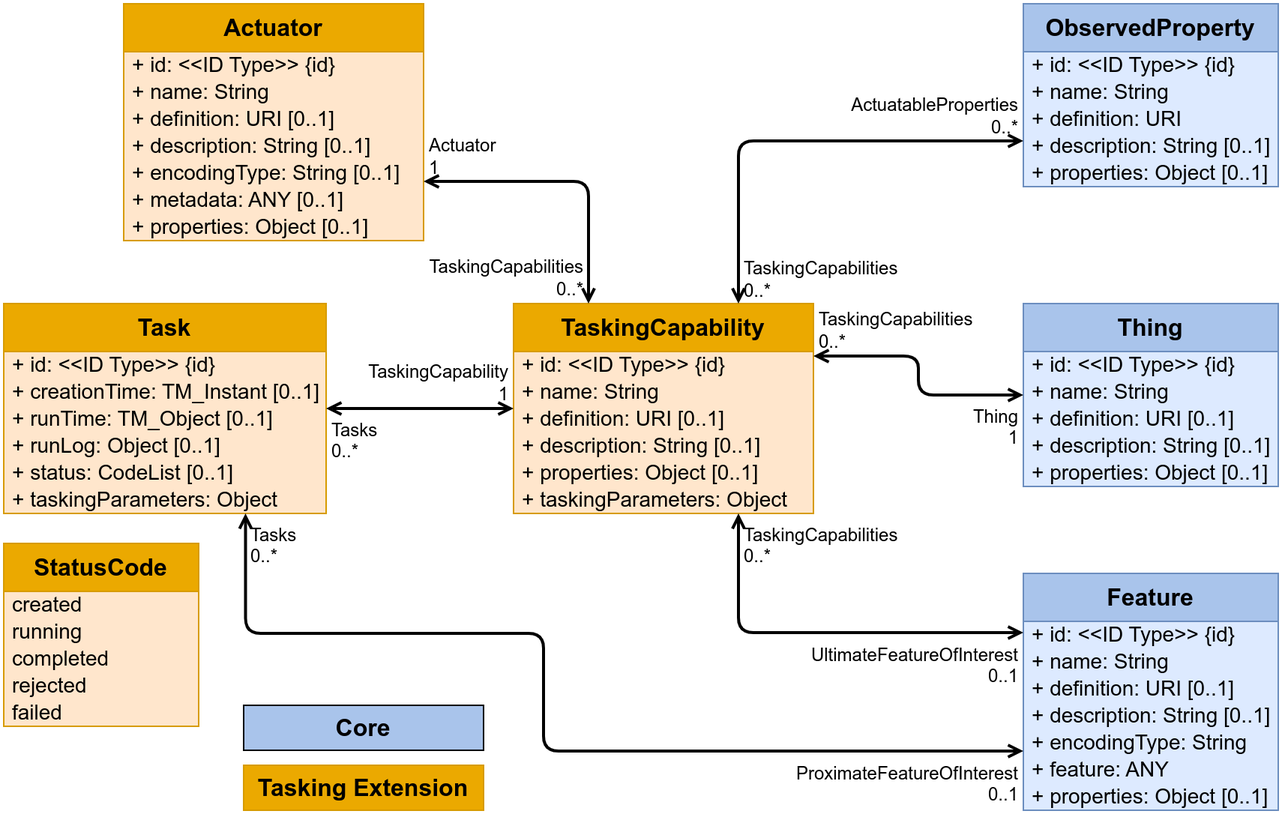
Earlier version of the draw.io export figures/Datamodel-SensorThingsApi-V2-Tasking.drawio.png (opengeospatial/sensorthings). Source tidied: cells renumbered, new cells last; positions are measured from the earlier drawing's top-left corner, leaving out a move shared by most shapes.
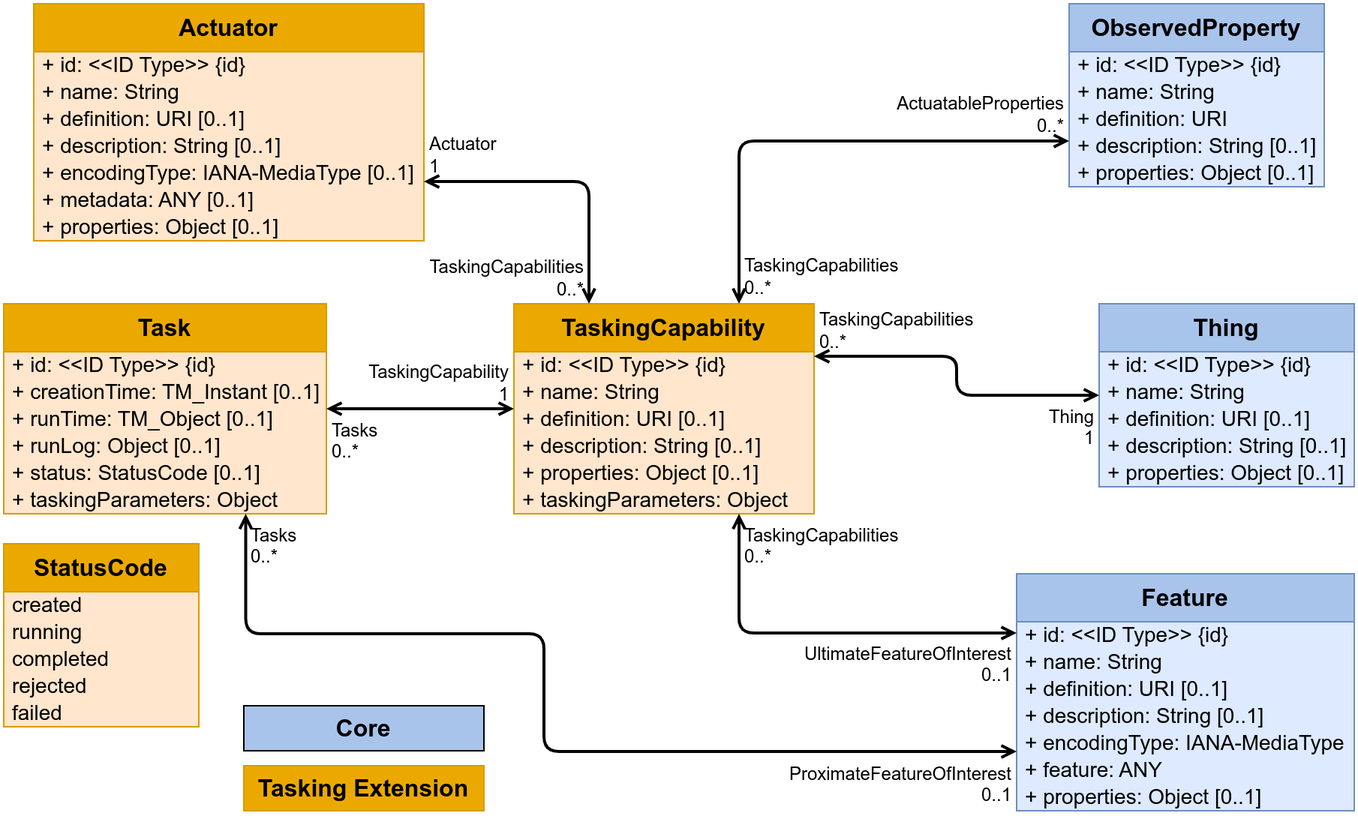
The same diagram one commit later.

What changed in the source:
```diff
@@ -3,31 +3,31 @@
     <mxCell id="0" />
     <mxCell id="1" parent="0" />
     <mxCell id="2" value="Feature" style="swimlane;fontStyle=1;horizontal=1;startSize=32;fontSize=16;whiteSpace=wrap;html=1;fillColor=#A9C4EB;strokeColor=#6c8ebf;swimlaneFillColor=#DDEAFF;verticalAlign=top;" parent="1" vertex="1">
-      <mxGeometry x="680" y="380" width="170" height="158" as="geometry" />
+      <mxGeometry x="675" y="380" width="225" height="158" as="geometry" />
     </mxCell>
     <mxCell id="3" value="+ id: &amp;lt;&amp;lt;ID Type&amp;gt;&amp;gt;&amp;nbsp;{id}" style="text;strokeColor=none;fillColor=none;align=left;verticalAlign=middle;spacingLeft=4;spacingRight=4;overflow=visible;html=1;fontSize=14;" parent="2" vertex="1">
-      <mxGeometry y="32" width="170" height="18" as="geometry" />
+      <mxGeometry y="32" width="225" height="18" as="geometry" />
     </mxCell>
     <mxCell id="4" value="+ name: String" style="text;strokeColor=none;fillColor=none;align=left;verticalAlign=middle;spacingLeft=4;spacingRight=4;overflow=visible;html=1;fontSize=14;" parent="2" vertex="1">
-      <mxGeometry y="50" width="170" height="18" as="geometry" />
+      <mxGeometry y="50" width="225" height="18" as="geometry" />
     </mxCell>
     <mxCell id="5" value="+ definition: URI&amp;nbsp;[0..1]" style="text;strokeColor=none;fillColor=none;align=left;verticalAlign=middle;spacingLeft=4;spacingRight=4;overflow=visible;html=1;fontSize=14;" parent="2" vertex="1">
-      <mxGeometry y="68" width="170" height="18" as="geometry" />
+      <mxGeometry y="68" width="225" height="18" as="geometry" />
     </mxCell>
     <mxCell id="6" value="+ description: String&amp;nbsp;[0..1]" style="text;strokeColor=none;fillColor=none;align=left;verticalAlign=middle;spacingLeft=4;spacingRight=4;overflow=visible;html=1;fontSize=14;" parent="2" vertex="1">
-      <mxGeometry y="86" width="170" height="18" as="geometry" />
+      <mxGeometry y="86" width="225" height="18" as="geometry" />
     </mxCell>
-    <mxCell id="7" value="+ encodingType: String" style="text;strokeColor=none;fillColor=none;align=left;verticalAlign=middle;spacingLeft=4;spacingRight=4;overflow=visible;html=1;fontSize=14;" parent="2" vertex="1">
-      <mxGeometry y="104" width="170" height="18" as="geometry" />
+    <mxCell id="7" value="+ encodingType:&amp;nbsp;IANA-MediaType" style="text;strokeColor=none;fillColor=none;align=left;verticalAlign=middle;spacingLeft=4;spacingRight=4;overflow=visible;html=1;fontSize=14;" parent="2" vertex="1">
+      <mxGeometry y="104" width="225" height="18" as="geometry" />
     </mxCell>
     <mxCell id="8" value="+ feature: ANY" style="text;strokeColor=none;fillColor=none;align=left;verticalAlign=middle;spacingLeft=4;spacingRight=4;overflow=visible;html=1;fontSize=14;" parent="2" vertex="1">
-      <mxGeometry y="122" width="170" height="18" as="geometry" />
+      <mxGeometry y="122" width="225" height="18" as="geometry" />
     </mxCell>
     <mxCell id="9" value="+ properties: Object&amp;nbsp;[0..1]" style="text;strokeColor=none;fillColor=none;align=left;verticalAlign=middle;spacingLeft=4;spacingRight=4;overflow=visible;html=1;fontSize=14;" parent="2" vertex="1">
-      <mxGeometry y="140" width="170" height="18" as="geometry" />
+      <mxGeometry y="140" width="225" height="18" as="geometry" />
     </mxCell>
     <mxCell id="10" value="ObservedProperty" style="swimlane;fontStyle=1;horizontal=1;startSize=32;fontSize=16;whiteSpace=wrap;html=1;fillColor=#A9C4EB;strokeColor=#6c8ebf;swimlaneFillColor=#DDEAFF;verticalAlign=top;" parent="1" vertex="1">
-      <mxGeometry x="680" width="170" height="122" as="geometry" />
+      <mxGeometry x="710" width="170" height="122" as="geometry" />
     </mxCell>
     <mxCell id="11" value="+ id: &amp;lt;&amp;lt;ID Type&amp;gt;&amp;gt;&amp;nbsp;{id}" style="text;strokeColor=none;fillColor=none;align=left;verticalAlign=middle;spacingLeft=4;spacingRight=4;overflow=visible;html=1;fontSize=14;" parent="10" vertex="1">
       <mxGeometry y="32" width="170" height="18" as="geometry" />
@@ -45,7 +45,7 @@
       <mxGeometry y="104" width="170" height="18" as="geometry" />
     </mxCell>
     <mxCell id="16" value="Thing" style="swimlane;fontStyle=1;horizontal=1;startSize=32;fontSize=16;whiteSpace=wrap;html=1;fillColor=#A9C4EB;strokeColor=#6c8ebf;swimlaneFillColor=#DDEAFF;verticalAlign=top;" parent="1" vertex="1">
-      <mxGeometry x="680" y="200" width="170" height="122" as="geometry" />
+      <mxGeometry x="730" y="200" width="170" height="122" as="geometry" />
     </mxCell>
     <mxCell id="17" value="+ id: &amp;lt;&amp;lt;ID Type&amp;gt;&amp;gt;&amp;nbsp;{id}" style="text;strokeColor=none;fillColor=none;align=left;verticalAlign=middle;spacingLeft=4;spacingRight=4;overflow=visible;html=1;fontSize=14;" parent="16" vertex="1">
       <mxGeometry y="32" width="170" height="18" as="geometry" />
@@ -66,28 +66,28 @@
       <mxGeometry x="160" y="468" width="160" height="30" as="geometry" />
     </mxCell>
     <mxCell id="23" value="Actuator" style="swimlane;fontStyle=1;horizontal=1;startSize=32;fontSize=16;whiteSpace=wrap;html=1;fillColor=#EBA900;strokeColor=#d79b00;swimlaneFillColor=#FFE6CC;" parent="1" vertex="1">
-      <mxGeometry x="80" width="200" height="158" as="geometry" />
+      <mxGeometry x="20" width="260" height="158" as="geometry" />
     </mxCell>
     <mxCell id="24" value="+ id: &amp;lt;&amp;lt;ID Type&amp;gt;&amp;gt; {id}" style="text;strokeColor=none;fillColor=none;align=left;verticalAlign=middle;spacingLeft=4;spacingRight=4;overflow=visible;html=1;fontSize=14;" parent="23" vertex="1">
-      <mxGeometry y="32" width="200" height="18" as="geometry" />
+      <mxGeometry y="32" width="260" height="18" as="geometry" />
     </mxCell>
     <mxCell id="25" value="+ name: String" style="text;strokeColor=none;fillColor=none;align=left;verticalAlign=middle;spacingLeft=4;spacingRight=4;overflow=visible;html=1;fontSize=14;" parent="23" vertex="1">
-      <mxGeometry y="50" width="200" height="18" as="geometry" />
+      <mxGeometry y="50" width="260" height="18" as="geometry" />
     </mxCell>
     <mxCell id="26" value="+ definition: URI&amp;nbsp;[0..1]" style="text;strokeColor=none;fillColor=none;align=left;verticalAlign=middle;spacingLeft=4;spacingRight=4;overflow=visible;html=1;fontSize=14;" parent="23" vertex="1">
-      <mxGeometry y="68" width="200" height="18" as="geometry" />
+      <mxGeometry y="68" width="260" height="18" as="geometry" />
     </mxCell>
     <mxCell id="27" value="+ description: String&amp;nbsp;[0..1]" style="text;strokeColor=none;fillColor=none;align=left;verticalAlign=middle;spacingLeft=4;spacingRight=4;overflow=visible;html=1;fontSize=14;" parent="23" vertex="1">
-      <mxGeometry y="86" width="200" height="18" as="geometry" />
+      <mxGeometry y="86" width="260" height="18" as="geometry" />
     </mxCell>
-    <mxCell id="28" value="+ encodingType: String [0..1]" style="text;strokeColor=none;fillColor=none;align=left;verticalAlign=middle;spacingLeft=4;spacingRight=4;overflow=visible;html=1;fontSize=14;" parent="23" vertex="1">
-      <mxGeometry y="104" width="200" height="18" as="geometry" />
+    <mxCell id="28" value="+ encodingType:&amp;nbsp;IANA-MediaType&lt;span style=&quot;background-color: initial;&quot;&gt;&amp;nbsp;[0..1]&lt;/span&gt;" style="text;strokeColor=none;fillColor=none;align=left;verticalAlign=middle;spacingLeft=4;spacingRight=4;overflow=visible;html=1;fontSize=14;" parent="23" vertex="1">
+      <mxGeometry y="104" width="260" height="18" as="geometry" />
     </mxCell>
     <mxCell id="29" value="+ metadata: ANY [0..1]" style="text;strokeColor=none;fillColor=none;align=left;verticalAlign=middle;spacingLeft=4;spacingRight=4;overflow=visible;html=1;fontSize=14;" parent="23" vertex="1">
-      <mxGeometry y="122" width="200" height="18" as="geometry" />
+      <mxGeometry y="122" width="260" height="18" as="geometry" />
     </mxCell>
     <mxCell id="30" value="+ properties: Object&amp;nbsp;[0..1]" style="text;strokeColor=none;fillColor=none;align=left;verticalAlign=middle;spacingLeft=4;spacingRight=4;overflow=visible;html=1;fontSize=14;" parent="23" vertex="1">
-      <mxGeometry y="140" width="200" height="18" as="geometry" />
+      <mxGeometry y="140" width="260" height="18" as="geometry" />
     </mxCell>
     <mxCell id="31" value="Task" style="swimlane;fontStyle=1;horizontal=1;startSize=32;fontSize=16;whiteSpace=wrap;html=1;fillColor=#EBA900;strokeColor=#d79b00;swimlaneFillColor=#FFE6CC;" parent="1" vertex="1">
       <mxGeometry y="200" width="215" height="140" as="geometry" />
@@ -104,7 +104,7 @@
     <mxCell id="35" value="+ runLog: Object [0..1]" style="text;strokeColor=none;fillColor=none;align=left;verticalAlign=middle;spacingLeft=4;spacingRight=4;overflow=visible;html=1;fontSize=14;" parent="31" vertex="1">
       <mxGeometry y="86" width="215" height="18" as="geometry" />
     </mxCell>
-    <mxCell id="36" value="+ status: CodeList&amp;nbsp;[0..1]" style="text;strokeColor=none;fillColor=none;align=left;verticalAlign=middle;spacingLeft=4;spacingRight=4;overflow=visible;html=1;fontSize=14;" parent="31" vertex="1">
+    <mxCell id="36" value="+ status: StatusCode [0..1]" style="text;strokeColor=none;fillColor=none;align=left;verticalAlign=middle;spacingLeft=4;spacingRight=4;overflow=visible;html=1;fontSize=14;" parent="31" vertex="1">
       <mxGeometry y="104" width="215" height="18" as="geometry" />
     </mxCell>
     <mxCell id="37" value="+ taskingParameters: Object" style="text;strokeColor=none;fillColor=none;align=left;verticalAlign=middle;spacingLeft=4;spacingRight=4;overflow=visible;html=1;fontSize=14;" parent="31" vertex="1">
```
